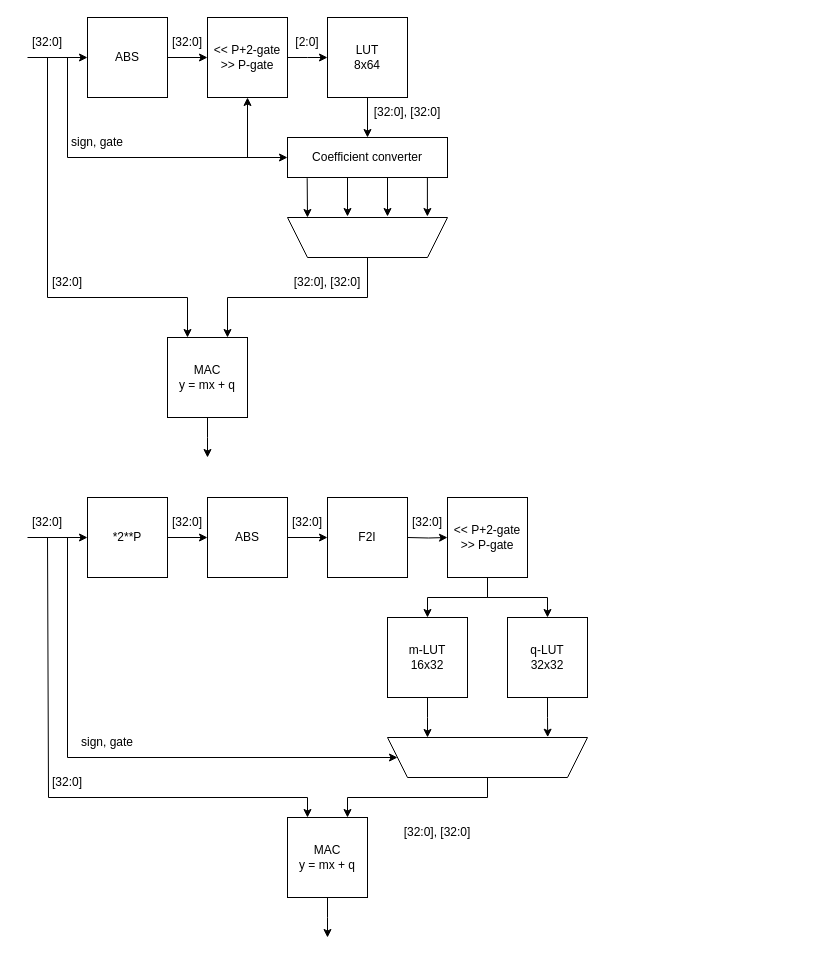
Above: slides/images/ACTU_new.drawio in AlessandroVaraldi/LSTM_ACCELERATOR (draw.io), before the change. Source tidied: cells renumbered, new cells numbered last; positions are measured from the earlier drawing's top-left corner, leaving out a move shared by most shapes. Both pictures are drawn from the tidied source at 100%, with x=0, y=0 at pixel (17, 17).
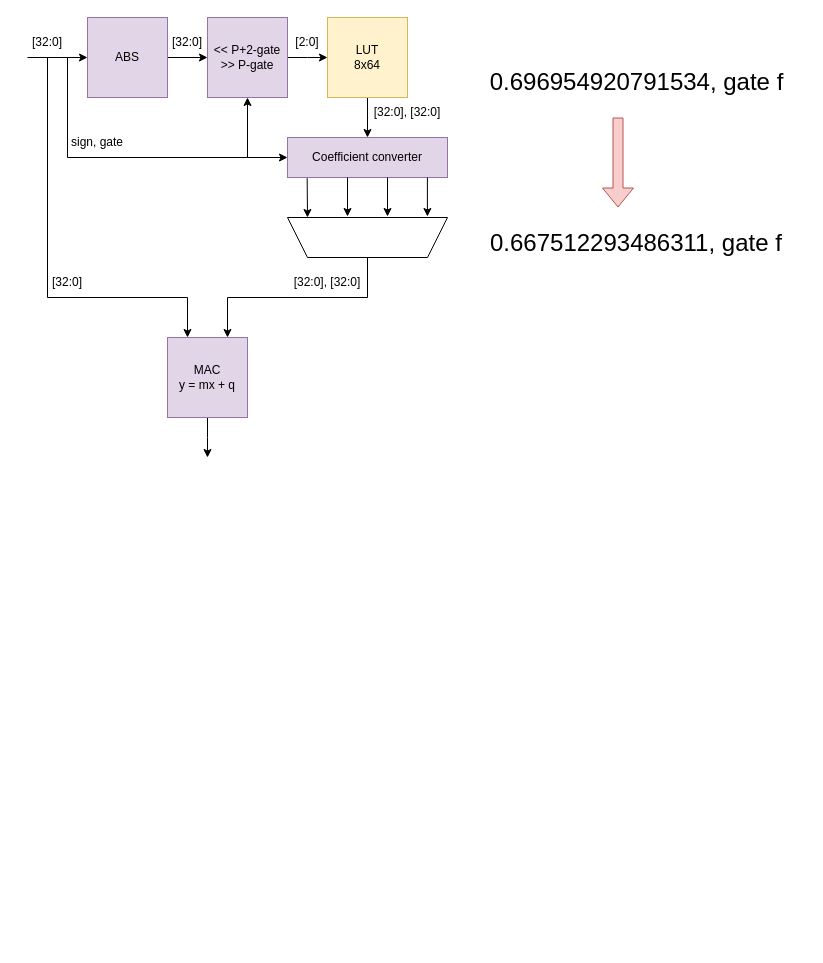
Above is the later version.

The edit, as a diff of the source:
```diff
@@
-    <mxCell id="7" value="&lt;div&gt;ABS&lt;/div&gt;" style="whiteSpace=wrap;html=1;" parent="1" vertex="1">
+    <mxCell id="7" value="&lt;div&gt;ABS&lt;/div&gt;" style="whiteSpace=wrap;html=1;fillColor=#e1d5e7;strokeColor=#9673a6;" parent="1" vertex="1">
       <mxGeometry x="70" width="80" height="80" as="geometry" />
     </mxCell>
@@
-    <mxCell id="9" value="&lt;div&gt;&amp;lt;&amp;lt; P+2-gate&lt;/div&gt;&lt;div&gt;&amp;gt;&amp;gt; P-gate&lt;br&gt;&lt;/div&gt;" style="whiteSpace=wrap;html=1;" parent="1" vertex="1">
+    <mxCell id="9" value="&lt;div&gt;&amp;lt;&amp;lt; P+2-gate&lt;/div&gt;&lt;div&gt;&amp;gt;&amp;gt; P-gate&lt;br&gt;&lt;/div&gt;" style="whiteSpace=wrap;html=1;fillColor=#e1d5e7;strokeColor=#9673a6;" parent="1" vertex="1">
       <mxGeometry x="190" width="80" height="80" as="geometry" />
     </mxCell>
@@
-    <mxCell id="11" value="&lt;div&gt;LUT&lt;/div&gt;&lt;div&gt;8x64&lt;br&gt;&lt;/div&gt;" style="whiteSpace=wrap;html=1;" parent="1" vertex="1">
+    <mxCell id="11" value="&lt;div&gt;LUT&lt;/div&gt;&lt;div&gt;8x64&lt;br&gt;&lt;/div&gt;" style="whiteSpace=wrap;html=1;fillColor=#fff2cc;strokeColor=#d6b656;" parent="1" vertex="1">
       <mxGeometry x="310" width="80" height="80" as="geometry" />
     </mxCell>
-    <mxCell id="12" value="Coefficient converter" style="rounded=0;whiteSpace=wrap;html=1;" parent="1" vertex="1">
+    <mxCell id="12" value="Coefficient converter" style="rounded=0;whiteSpace=wrap;html=1;fillColor=#e1d5e7;strokeColor=#9673a6;" parent="1" vertex="1">
       <mxGeometry x="270" y="120" width="160" height="40" as="geometry" />
     </mxCell>
@@
-    <mxCell id="24" value="&lt;div&gt;MAC&lt;/div&gt;&lt;div&gt;y = mx + q&lt;br&gt;&lt;/div&gt;" style="whiteSpace=wrap;html=1;" parent="1" vertex="1">
+    <mxCell id="24" value="&lt;div&gt;MAC&lt;/div&gt;&lt;div&gt;y = mx + q&lt;br&gt;&lt;/div&gt;" style="whiteSpace=wrap;html=1;fillColor=#e1d5e7;strokeColor=#9673a6;" parent="1" vertex="1">
       <mxGeometry x="150" y="320" width="80" height="80" as="geometry" />
     </mxCell>
@@
-    <mxCell id="27" value="[32:0]" style="text;html=1;align=center;verticalAlign=middle;whiteSpace=wrap;rounded=0;" parent="1" vertex="1">
-      <mxGeometry y="490" width="60" height="30" as="geometry" />
-    </mxCell>
-    <mxCell id="28" value="[32:0]" style="text;html=1;align=center;verticalAlign=middle;whiteSpace=wrap;rounded=0;" parent="1" vertex="1">
-      <mxGeometry x="260" y="490" width="60" height="30" as="geometry" />
-    </mxCell>
-    <mxCell id="29" style="edgeStyle=orthogonalEdgeStyle;rounded=0;jettySize=auto;html=1;startArrow=classic;startFill=1;endArrow=none;endFill=0;" parent="1" edge="1" source="32">
-      <mxGeometry relative="1" as="geometry">
-        <mxPoint x="10" y="520" as="targetPoint" />
-      </mxGeometry>
-    </mxCell>
-    <mxCell id="30" style="edgeStyle=orthogonalEdgeStyle;rounded=0;jettySize=auto;html=1;entryX=0;entryY=0.5;entryDx=0;entryDy=0;" parent="1" edge="1" target="35">
-      <mxGeometry relative="1" as="geometry">
-        <mxPoint x="390" y="520" as="sourcePoint" />
-      </mxGeometry>
-    </mxCell>
-    <mxCell id="31" style="edgeStyle=orthogonalEdgeStyle;rounded=0;jettySize=auto;html=1;entryX=0;entryY=0.5;entryDx=0;entryDy=0;" parent="1" edge="1" source="32" target="45">
-      <mxGeometry relative="1" as="geometry" />
-    </mxCell>
-    <mxCell id="32" value="&lt;div&gt;*2**P&lt;/div&gt;" style="whiteSpace=wrap;html=1;" parent="1" vertex="1">
-      <mxGeometry x="70" y="480" width="80" height="80" as="geometry" />
-    </mxCell>
-    <mxCell id="33" style="edgeStyle=orthogonalEdgeStyle;rounded=0;jettySize=auto;html=1;entryX=0.5;entryY=0;entryDx=0;entryDy=0;" parent="1" edge="1" source="35" target="36">
-      <mxGeometry relative="1" as="geometry" />
-    </mxCell>
-    <mxCell id="34" style="edgeStyle=orthogonalEdgeStyle;rounded=0;jettySize=auto;html=1;entryX=0.5;entryY=0;entryDx=0;entryDy=0;" parent="1" edge="1" source="35" target="50">
-      <mxGeometry relative="1" as="geometry" />
-    </mxCell>
-    <mxCell id="35" value="&lt;div&gt;&amp;lt;&amp;lt; P+2-gate&lt;/div&gt;&amp;gt;&amp;gt; P-gate" style="whiteSpace=wrap;html=1;" parent="1" vertex="1">
-      <mxGeometry x="430" y="480" width="80" height="80" as="geometry" />
-    </mxCell>
-    <mxCell id="36" value="&lt;div&gt;m-LUT&lt;/div&gt;&lt;div&gt;16x32&lt;br&gt;&lt;/div&gt;" style="whiteSpace=wrap;html=1;" parent="1" vertex="1">
-      <mxGeometry x="370" y="600" width="80" height="80" as="geometry" />
-    </mxCell>
-    <mxCell id="37" style="endArrow=classic;html=1;rounded=0;entryX=1;entryY=0.5;entryDx=0;entryDy=0;" parent="1" edge="1" target="52">
-      <mxGeometry relative="1" as="geometry">
-        <mxPoint x="50" y="520" as="sourcePoint" />
-        <Array as="points">
-          <mxPoint x="50" y="740" />
-        </Array>
-      </mxGeometry>
-    </mxCell>
-    <mxCell id="38" value="sign, gate" style="text;html=1;align=center;verticalAlign=middle;whiteSpace=wrap;rounded=0;" parent="1" vertex="1">
-      <mxGeometry x="60" y="710" width="60" height="30" as="geometry" />
-    </mxCell>
-    <mxCell id="39" style="edgeStyle=orthogonalEdgeStyle;rounded=0;jettySize=auto;html=1;" parent="1" edge="1" source="41">
-      <mxGeometry relative="1" as="geometry">
-        <mxPoint x="310" y="920" as="targetPoint" />
-      </mxGeometry>
-    </mxCell>
-    <mxCell id="40" style="edgeStyle=orthogonalEdgeStyle;rounded=0;jettySize=auto;html=1;exitX=0.25;exitY=0;exitDx=0;exitDy=0;startArrow=classic;startFill=1;endArrow=none;endFill=0;" parent="1" edge="1" source="41">
-      <mxGeometry relative="1" as="geometry">
-        <mxPoint x="30" y="520" as="targetPoint" />
-        <Array as="points">
-          <mxPoint x="290" y="780" />
-          <mxPoint x="31" y="780" />
-          <mxPoint x="31" y="520" />
-        </Array>
-      </mxGeometry>
-    </mxCell>
-    <mxCell id="41" value="&lt;div&gt;MAC&lt;/div&gt;&lt;div&gt;y = mx + q&lt;br&gt;&lt;/div&gt;" style="whiteSpace=wrap;html=1;" parent="1" vertex="1">
-      <mxGeometry x="270" y="800" width="80" height="80" as="geometry" />
-    </mxCell>
-    <mxCell id="42" value="[32:0]" style="text;html=1;align=center;verticalAlign=middle;whiteSpace=wrap;rounded=0;" parent="1" vertex="1">
-      <mxGeometry x="20" y="750" width="60" height="30" as="geometry" />
-    </mxCell>
-    <mxCell id="43" value="[32:0], [32:0]" style="text;html=1;align=center;verticalAlign=middle;whiteSpace=wrap;rounded=0;" parent="1" vertex="1">
-      <mxGeometry x="380" y="800" width="80" height="30" as="geometry" />
-    </mxCell>
-    <mxCell id="44" style="edgeStyle=orthogonalEdgeStyle;rounded=0;jettySize=auto;html=1;exitX=1;exitY=0.5;exitDx=0;exitDy=0;entryX=0;entryY=0.5;entryDx=0;entryDy=0;" parent="1" edge="1" source="45" target="47">
-      <mxGeometry relative="1" as="geometry" />
-    </mxCell>
-    <mxCell id="45" value="ABS" style="whiteSpace=wrap;html=1;" parent="1" vertex="1">
-      <mxGeometry x="190" y="480" width="80" height="80" as="geometry" />
-    </mxCell>
-    <mxCell id="46" value="[32:0]" style="text;html=1;align=center;verticalAlign=middle;whiteSpace=wrap;rounded=0;" parent="1" vertex="1">
-      <mxGeometry x="140" y="490" width="60" height="30" as="geometry" />
-    </mxCell>
-    <mxCell id="47" value="F2I" style="whiteSpace=wrap;html=1;" parent="1" vertex="1">
-      <mxGeometry x="310" y="480" width="80" height="80" as="geometry" />
-    </mxCell>
@@
-    <mxCell id="49" value="[32:0]" style="text;html=1;align=center;verticalAlign=middle;whiteSpace=wrap;rounded=0;" parent="1" vertex="1">
-      <mxGeometry x="380" y="490" width="60" height="30" as="geometry" />
-    </mxCell>
-    <mxCell id="50" value="&lt;div&gt;q-LUT&lt;/div&gt;&lt;div&gt;32x32&lt;br&gt;&lt;/div&gt;" style="whiteSpace=wrap;html=1;" parent="1" vertex="1">
-      <mxGeometry x="490" y="600" width="80" height="80" as="geometry" />
-    </mxCell>
-    <mxCell id="51" style="edgeStyle=orthogonalEdgeStyle;rounded=0;jettySize=auto;html=1;entryX=0.75;entryY=0;entryDx=0;entryDy=0;" parent="1" edge="1" source="52" target="41">
-      <mxGeometry relative="1" as="geometry">
-        <Array as="points">
-          <mxPoint x="470" y="780" />
-          <mxPoint x="330" y="780" />
-        </Array>
-      </mxGeometry>
-    </mxCell>
-    <mxCell id="52" style="shape=trapezoid;perimeter=trapezoidPerimeter;whiteSpace=wrap;html=1;fixedSize=1;rotation=-180;" parent="1" vertex="1">
-      <mxGeometry x="370" y="720" width="200" height="40" as="geometry" />
-    </mxCell>
-    <mxCell id="53" style="edgeStyle=orthogonalEdgeStyle;rounded=0;jettySize=auto;html=1;" parent="1" edge="1" source="36">
-      <mxGeometry relative="1" as="geometry">
-        <mxPoint x="410" y="720" as="targetPoint" />
-      </mxGeometry>
-    </mxCell>
-    <mxCell id="54" style="edgeStyle=orthogonalEdgeStyle;rounded=0;jettySize=auto;html=1;entryX=0.199;entryY=1.008;entryDx=0;entryDy=0;entryPerimeter=0;" parent="1" edge="1" source="50" target="52">
-      <mxGeometry relative="1" as="geometry" />
-    </mxCell>
+    <mxCell id="55" value="&lt;div&gt;&lt;font style=&quot;font-size: 24px;&quot;&gt;0.696954920791534, gate f&lt;br&gt;&lt;/font&gt;&lt;/div&gt;" style="text;html=1;align=center;verticalAlign=middle;whiteSpace=wrap;rounded=0;" parent="1" vertex="1">
+      <mxGeometry x="450" y="50" width="339" height="30" as="geometry" />
+    </mxCell>
+    <mxCell id="56" value="&lt;br&gt;&lt;table cellspacing=&quot;0&quot; border=&quot;0&quot;&gt;&lt;tbody&gt;&lt;tr&gt;&lt;td style=&quot;font-size: 24px;&quot; height=&quot;17&quot; align=&quot;right&quot;&gt;0.667512293486311, gate f&lt;br&gt;&lt;/td&gt;&lt;/tr&gt;&lt;/tbody&gt;&lt;/table&gt;" style="text;whiteSpace=wrap;html=1;" parent="1" vertex="1">
+      <mxGeometry x="469.5" y="190" width="300" height="110" as="geometry" />
+    </mxCell>
+    <mxCell id="57" style="shape=flexArrow;endArrow=classic;html=1;rounded=0;fillColor=#f8cecc;strokeColor=#b85450;" parent="1" edge="1">
+      <mxGeometry relative="1" as="geometry">
+        <mxPoint x="600.5" y="100" as="sourcePoint" />
+        <mxPoint x="600.5" y="190" as="targetPoint" />
+      </mxGeometry>
+    </mxCell>
```
